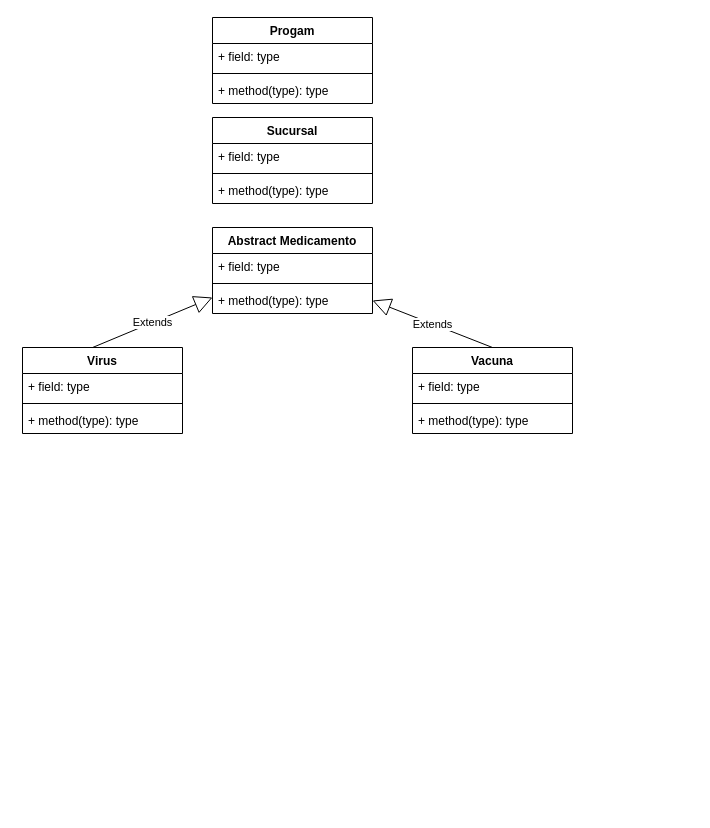
The draw.io diagram TP 2.0/TP2.0.drawio in Damian-Imbro/UTN, before the edit. Source tidied: cells renumbered, new cells numbered last; positions are measured from the earlier drawing's top-left corner, leaving out a move shared by most shapes. Both pictures are drawn from the tidied source at 100%, with x=0, y=0 at pixel (22, 17).
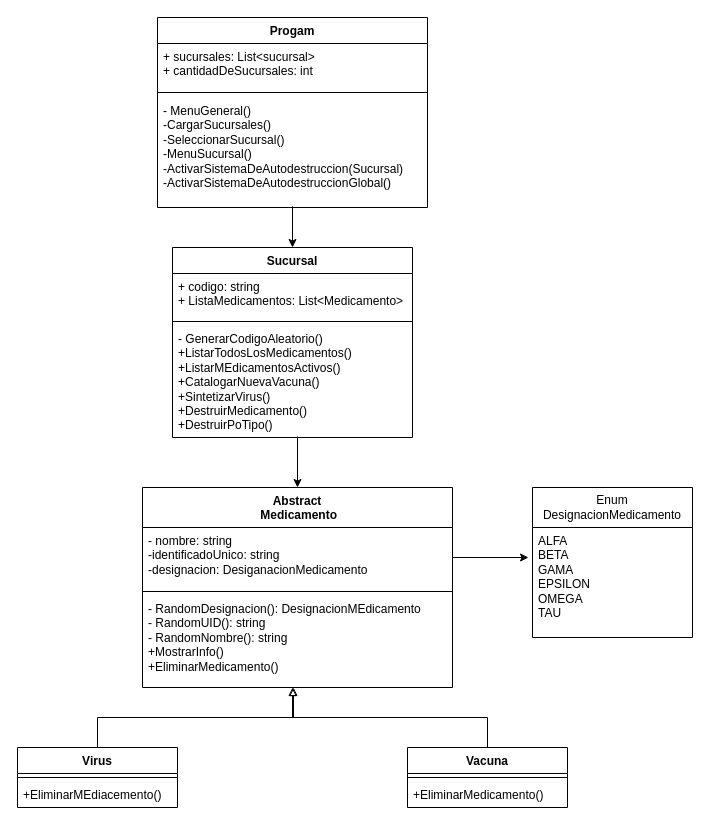
Above is the later version.

What changed in the source:
```diff
@@
     <mxCell id="2" value="Progam" style="swimlane;fontStyle=1;align=center;verticalAlign=top;horizontal=1;startSize=26;whiteSpace=wrap;html=1;" parent="1" vertex="1">
-      <mxGeometry x="190" width="160" height="86" as="geometry" />
+      <mxGeometry x="135" width="270" height="190" as="geometry" />
     </mxCell>
-    <mxCell id="3" value="+ field: type" style="text;strokeColor=none;fillColor=none;align=left;verticalAlign=top;spacingLeft=4;spacingRight=4;overflow=hidden;whiteSpace=wrap;html=1;" parent="2" vertex="1">
-      <mxGeometry y="26" width="160" height="26" as="geometry" />
+    <mxCell id="3" value="+ sucursales: List&amp;lt;sucursal&amp;gt;&lt;br&gt;+ cantidadDeSucursales: int" style="text;strokeColor=none;fillColor=none;align=left;verticalAlign=top;spacingLeft=4;spacingRight=4;overflow=hidden;whiteSpace=wrap;html=1;" parent="2" vertex="1">
+      <mxGeometry y="26" width="270" height="44" as="geometry" />
     </mxCell>
     <mxCell id="4" style="line;strokeWidth=1;fillColor=none;align=left;verticalAlign=middle;spacingTop=-1;spacingLeft=3;spacingRight=3;labelPosition=right;strokeColor=inherit;" parent="2" vertex="1">
-      <mxGeometry y="52" width="160" height="8" as="geometry" />
+      <mxGeometry y="70" width="270" height="10" as="geometry" />
     </mxCell>
-    <mxCell id="5" value="+ method(type): type" style="text;strokeColor=none;fillColor=none;align=left;verticalAlign=top;spacingLeft=4;spacingRight=4;overflow=hidden;points=[[0,0.5],[1,0.5]];portConstraint=eastwest;whiteSpace=wrap;html=1;" parent="2" vertex="1">
-      <mxGeometry y="60" width="160" height="26" as="geometry" />
+    <mxCell id="5" value="- MenuGeneral()&lt;br&gt;-CargarSucursales()&lt;br&gt;-SeleccionarSucursal()&lt;br&gt;-MenuSucursal()&lt;br&gt;-ActivarSistemaDeAutodestruccion(Sucursal)&lt;br&gt;-ActivarSistemaDeAutodestruccionGlobal()" style="text;strokeColor=none;fillColor=none;align=left;verticalAlign=top;spacingLeft=4;spacingRight=4;overflow=hidden;points=[[0,0.5],[1,0.5]];portConstraint=eastwest;whiteSpace=wrap;html=1;" parent="2" vertex="1">
+      <mxGeometry y="80" width="270" height="110" as="geometry" />
     </mxCell>
+    <mxCell id="24" style="edgeStyle=orthogonalEdgeStyle;rounded=0;jettySize=auto;html=1;exitX=0.5;exitY=0;exitDx=0;exitDy=0;entryX=0.5;entryY=0.991;entryDx=0;entryDy=0;entryPerimeter=0;startArrow=classic;startFill=1;endArrow=none;endFill=0;" parent="1" edge="1" source="6" target="5">
+      <mxGeometry relative="1" as="geometry" />
+    </mxCell>
     <mxCell id="6" value="Sucursal" style="swimlane;fontStyle=1;align=center;verticalAlign=top;horizontal=1;startSize=26;whiteSpace=wrap;html=1;" parent="1" vertex="1">
-      <mxGeometry x="190" y="100" width="160" height="86" as="geometry" />
+      <mxGeometry x="150" y="230" width="240" height="190" as="geometry" />
     </mxCell>
-    <mxCell id="7" value="+ field: type" style="text;strokeColor=none;fillColor=none;align=left;verticalAlign=top;spacingLeft=4;spacingRight=4;overflow=hidden;whiteSpace=wrap;html=1;" parent="6" vertex="1">
-      <mxGeometry y="26" width="160" height="26" as="geometry" />
+    <mxCell id="7" value="+ codigo: string&lt;br&gt;+ ListaMedicamentos: List&amp;lt;Medicamento&amp;gt;" style="text;strokeColor=none;fillColor=none;align=left;verticalAlign=top;spacingLeft=4;spacingRight=4;overflow=hidden;whiteSpace=wrap;html=1;" parent="6" vertex="1">
+      <mxGeometry y="26" width="240" height="44" as="geometry" />
     </mxCell>
     <mxCell id="8" style="line;strokeWidth=1;fillColor=none;align=left;verticalAlign=middle;spacingTop=-1;spacingLeft=3;spacingRight=3;labelPosition=right;strokeColor=inherit;" parent="6" vertex="1">
-      <mxGeometry y="52" width="160" height="8" as="geometry" />
+      <mxGeometry y="70" width="240" height="8" as="geometry" />
     </mxCell>
-    <mxCell id="9" value="+ method(type): type" style="text;strokeColor=none;fillColor=none;align=left;verticalAlign=top;spacingLeft=4;spacingRight=4;overflow=hidden;points=[[0,0.5],[1,0.5]];portConstraint=eastwest;whiteSpace=wrap;html=1;" parent="6" vertex="1">
-      <mxGeometry y="60" width="160" height="26" as="geometry" />
+    <mxCell id="9" value="- GenerarCodigoAleatorio()&lt;br&gt;+ListarTodosLosMedicamentos()&lt;br&gt;+ListarMEdicamentosActivos()&lt;br&gt;+CatalogarNuevaVacuna()&lt;br&gt;+SintetizarVirus()&lt;br&gt;+DestruirMedicamento()&lt;br&gt;+DestruirPoTipo()" style="text;strokeColor=none;fillColor=none;align=left;verticalAlign=top;spacingLeft=4;spacingRight=4;overflow=hidden;points=[[0,0.5],[1,0.5]];portConstraint=eastwest;whiteSpace=wrap;html=1;" parent="6" vertex="1">
+      <mxGeometry y="78" width="240" height="112" as="geometry" />
     </mxCell>
+    <mxCell id="25" style="edgeStyle=orthogonalEdgeStyle;rounded=0;jettySize=auto;html=1;exitX=0.5;exitY=0;exitDx=0;exitDy=0;entryX=0.521;entryY=0.991;entryDx=0;entryDy=0;entryPerimeter=0;startArrow=classic;startFill=1;endArrow=none;endFill=0;" parent="1" edge="1" source="10" target="9">
+      <mxGeometry relative="1" as="geometry" />
+    </mxCell>
-    <mxCell id="10" value="Abstract Medicamento" style="swimlane;fontStyle=1;align=center;verticalAlign=top;horizontal=1;startSize=26;whiteSpace=wrap;html=1;" parent="1" vertex="1">
-      <mxGeometry x="190" y="210" width="160" height="86" as="geometry" />
+    <mxCell id="10" value="Abstract&lt;br&gt;&amp;nbsp;Medicamento" style="swimlane;fontStyle=1;align=center;verticalAlign=top;horizontal=1;startSize=40;whiteSpace=wrap;html=1;" parent="1" vertex="1">
+      <mxGeometry x="120" y="470" width="310" height="200" as="geometry" />
     </mxCell>
-    <mxCell id="11" value="+ field: type" style="text;strokeColor=none;fillColor=none;align=left;verticalAlign=top;spacingLeft=4;spacingRight=4;overflow=hidden;points=[[0,0.5],[1,0.5]];portConstraint=eastwest;whiteSpace=wrap;html=1;" parent="10" vertex="1">
-      <mxGeometry y="26" width="160" height="26" as="geometry" />
+    <mxCell id="11" value="- nombre: string&lt;br&gt;-identificadoUnico: string&lt;br&gt;-designacion: DesiganacionMedicamento" style="text;strokeColor=none;fillColor=none;align=left;verticalAlign=top;spacingLeft=4;spacingRight=4;overflow=hidden;points=[[0,0.5],[1,0.5]];portConstraint=eastwest;whiteSpace=wrap;html=1;" parent="10" vertex="1">
+      <mxGeometry y="40" width="310" height="60" as="geometry" />
     </mxCell>
     <mxCell id="12" style="line;strokeWidth=1;fillColor=none;align=left;verticalAlign=middle;spacingTop=-1;spacingLeft=3;spacingRight=3;labelPosition=right;strokeColor=inherit;" parent="10" vertex="1">
-      <mxGeometry y="52" width="160" height="8" as="geometry" />
+      <mxGeometry y="100" width="310" height="8" as="geometry" />
     </mxCell>
-    <mxCell id="13" value="+ method(type): type" style="text;strokeColor=none;fillColor=none;align=left;verticalAlign=top;spacingLeft=4;spacingRight=4;overflow=hidden;points=[[0,0.5],[1,0.5]];portConstraint=eastwest;whiteSpace=wrap;html=1;" parent="10" vertex="1">
-      <mxGeometry y="60" width="160" height="26" as="geometry" />
+    <mxCell id="13" value="- RandomDesignacion(): DesignacionMEdicamento&lt;br&gt;- RandomUID(): string&lt;br&gt;- RandomNombre(): string&lt;br&gt;+MostrarInfo()&lt;br&gt;+EliminarMedicamento()" style="text;strokeColor=none;fillColor=none;align=left;verticalAlign=top;spacingLeft=4;spacingRight=4;overflow=hidden;points=[[0,0.5],[1,0.5]];portConstraint=eastwest;whiteSpace=wrap;html=1;" parent="10" vertex="1">
+      <mxGeometry y="108" width="310" height="92" as="geometry" />
     </mxCell>
+    <mxCell id="26" style="edgeStyle=orthogonalEdgeStyle;rounded=0;jettySize=auto;html=1;exitX=0.5;exitY=0;exitDx=0;exitDy=0;entryX=0.487;entryY=1;entryDx=0;entryDy=0;entryPerimeter=0;endArrow=block;endFill=0;" parent="1" edge="1" source="14" target="13">
+      <mxGeometry relative="1" as="geometry" />
+    </mxCell>
     <mxCell id="14" value="Virus" style="swimlane;fontStyle=1;align=center;verticalAlign=top;horizontal=1;startSize=26;whiteSpace=wrap;html=1;" parent="1" vertex="1">
-      <mxGeometry y="330" width="160" height="86" as="geometry" />
+      <mxGeometry x="-5" y="730" width="160" height="60" as="geometry" />
     </mxCell>
-    <mxCell id="15" value="+ field: type" style="text;strokeColor=none;fillColor=none;align=left;verticalAlign=top;spacingLeft=4;spacingRight=4;overflow=hidden;whiteSpace=wrap;html=1;" parent="14" vertex="1">
-      <mxGeometry y="26" width="160" height="26" as="geometry" />
-    </mxCell>
     <mxCell id="16" style="line;strokeWidth=1;fillColor=none;align=left;verticalAlign=middle;spacingTop=-1;spacingLeft=3;spacingRight=3;labelPosition=right;strokeColor=inherit;" parent="14" vertex="1">
-      <mxGeometry y="52" width="160" height="8" as="geometry" />
+      <mxGeometry y="26" width="160" height="8" as="geometry" />
     </mxCell>
-    <mxCell id="17" value="+ method(type): type" style="text;strokeColor=none;fillColor=none;align=left;verticalAlign=top;spacingLeft=4;spacingRight=4;overflow=hidden;whiteSpace=wrap;html=1;" parent="14" vertex="1">
-      <mxGeometry y="60" width="160" height="26" as="geometry" />
+    <mxCell id="17" value="+EliminarMEdiacemento()" style="text;strokeColor=none;fillColor=none;align=left;verticalAlign=top;spacingLeft=4;spacingRight=4;overflow=hidden;whiteSpace=wrap;html=1;" parent="14" vertex="1">
+      <mxGeometry y="34" width="160" height="26" as="geometry" />
     </mxCell>
+    <mxCell id="23" style="edgeStyle=orthogonalEdgeStyle;rounded=0;jettySize=auto;html=1;exitX=0.5;exitY=0;exitDx=0;exitDy=0;entryX=0.484;entryY=1;entryDx=0;entryDy=0;entryPerimeter=0;endArrow=block;endFill=0;" parent="1" edge="1" source="18" target="13">
+      <mxGeometry relative="1" as="geometry" />
+    </mxCell>
     <mxCell id="18" value="Vacuna" style="swimlane;fontStyle=1;align=center;verticalAlign=top;horizontal=1;startSize=26;whiteSpace=wrap;html=1;" parent="1" vertex="1">
-      <mxGeometry x="390" y="330" width="160" height="86" as="geometry" />
+      <mxGeometry x="385" y="730" width="160" height="60" as="geometry" />
     </mxCell>
-    <mxCell id="19" value="+ field: type" style="text;strokeColor=none;fillColor=none;align=left;verticalAlign=top;spacingLeft=4;spacingRight=4;overflow=hidden;whiteSpace=wrap;html=1;" parent="18" vertex="1">
-      <mxGeometry y="26" width="160" height="26" as="geometry" />
-    </mxCell>
     <mxCell id="20" style="line;strokeWidth=1;fillColor=none;align=left;verticalAlign=middle;spacingTop=-1;spacingLeft=3;spacingRight=3;labelPosition=right;strokeColor=inherit;" parent="18" vertex="1">
-      <mxGeometry y="52" width="160" height="8" as="geometry" />
+      <mxGeometry y="26" width="160" height="8" as="geometry" />
     </mxCell>
-    <mxCell id="21" value="+ method(type): type" style="text;strokeColor=none;fillColor=none;align=left;verticalAlign=top;spacingLeft=4;spacingRight=4;overflow=hidden;whiteSpace=wrap;html=1;" parent="18" vertex="1">
-      <mxGeometry y="60" width="160" height="26" as="geometry" />
+    <mxCell id="21" value="+EliminarMedicamento()" style="text;strokeColor=none;fillColor=none;align=left;verticalAlign=top;spacingLeft=4;spacingRight=4;overflow=hidden;whiteSpace=wrap;html=1;" parent="18" vertex="1">
+      <mxGeometry y="34" width="160" height="26" as="geometry" />
     </mxCell>
-    <mxCell id="22" value="Extends" style="endArrow=block;endSize=16;endFill=0;html=1;rounded=0;exitX=0.438;exitY=0;exitDx=0;exitDy=0;exitPerimeter=0;" parent="1" edge="1" source="14">
-      <mxGeometry relative="1" as="geometry">
-        <mxPoint x="190" y="280" as="targetPoint" />
-      </mxGeometry>
-    </mxCell>
-    <mxCell id="23" value="Extends" style="endArrow=block;endSize=16;endFill=0;html=1;rounded=0;exitX=0.5;exitY=0;exitDx=0;exitDy=0;entryX=1;entryY=0.5;entryDx=0;entryDy=0;" parent="1" edge="1" source="18" target="13">
-      <mxGeometry relative="1" as="geometry" />
-    </mxCell>
+    <mxCell id="27" value="Enum&lt;br&gt;DesignacionMedicamento" style="swimlane;fontStyle=0;horizontal=1;startSize=40;fillColor=none;whiteSpace=wrap;html=1;" parent="1" vertex="1">
+      <mxGeometry x="510" y="470" width="160" height="150" as="geometry" />
+    </mxCell>
+    <mxCell id="28" value="ALFA&lt;br&gt;BETA&lt;br&gt;GAMA&lt;br&gt;EPSILON&lt;br&gt;OMEGA&lt;br&gt;TAU" style="text;strokeColor=none;fillColor=none;align=left;verticalAlign=top;spacingLeft=4;spacingRight=4;overflow=hidden;points=[[0,0.5],[1,0.5]];portConstraint=eastwest;whiteSpace=wrap;html=1;" parent="27" vertex="1">
+      <mxGeometry y="40" width="160" height="110" as="geometry" />
+    </mxCell>
+    <mxCell id="29" style="edgeStyle=orthogonalEdgeStyle;rounded=0;jettySize=auto;html=1;exitX=1;exitY=0.5;exitDx=0;exitDy=0;entryX=-0.025;entryY=0.273;entryDx=0;entryDy=0;entryPerimeter=0;" parent="1" edge="1" source="11" target="28">
+      <mxGeometry relative="1" as="geometry" />
+    </mxCell>
```
